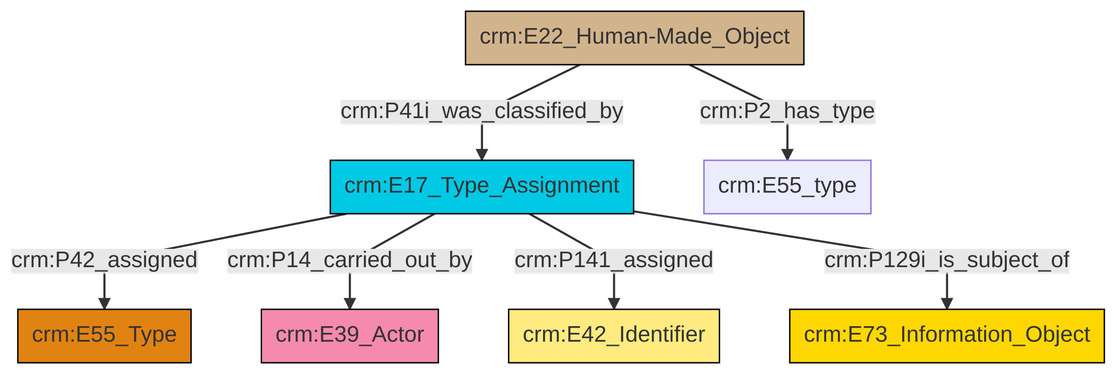
This is et/builtWorkCSV/ttl/mmd/png/Built_Work_designation_status.png from swiss-art-research-net/reference-data-models, a Mermaid export, as it was before one commit. Its source is kept beside it as et/builtWorkCSV/ttl/mmd/Built_Work_designation_status.ttl.mmd.
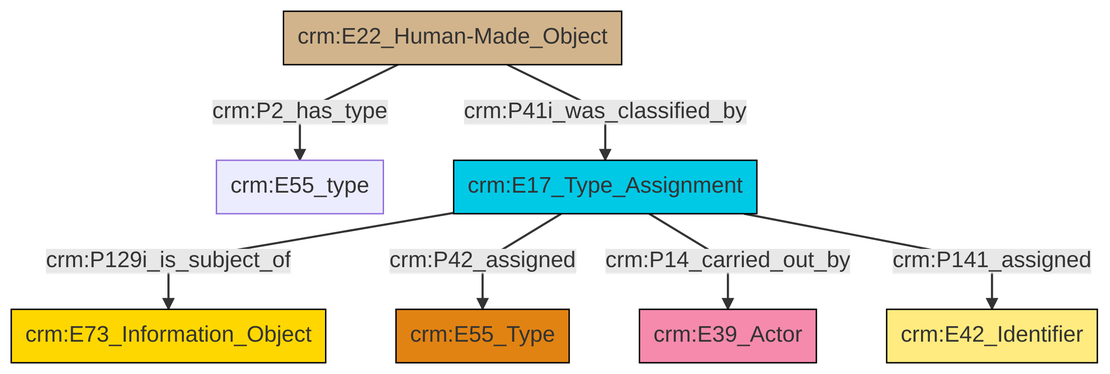
Above is the later version.

What changed in the source:
```diff
@@ -13,9 +13,9 @@
 classDef PC_Classes fill:#4ce600, stroke:#000000;
 classDef Multi fill:#cccccc,stroke:#000000;
 
-2["crm:E17_Type_Assignment"]:::Temporal_Entity -->|crm:P42_assigned| 0["crm:E55_Type"]:::Type
-10["crm:E22_Human-Made_Object"]:::Physical_Thing -->|crm:P2_has_type| 7["crm:E55_type"]:::Default
-2["crm:E17_Type_Assignment"]:::Temporal_Entity -->|crm:P14_carried_out_by| 11["crm:E39_Actor"]:::Actor
-2["crm:E17_Type_Assignment"]:::Temporal_Entity -->|crm:P141_assigned| 5["crm:E42_Identifier"]:::Appellation
-10["crm:E22_Human-Made_Object"]:::Physical_Thing -->|crm:P41i_was_classified_by| 2["crm:E17_Type_Assignment"]:::Temporal_Entity
-2["crm:E17_Type_Assignment"]:::Temporal_Entity -->|crm:P129i_is_subject_of| 3["crm:E73_Information_Object"]:::Conceptual_Object
+2["crm:E22_Human-Made_Object"]:::Physical_Thing -->|crm:P41i_was_classified_by| 4["crm:E17_Type_Assignment"]:::Temporal_Entity
+2["crm:E22_Human-Made_Object"]:::Physical_Thing -->|crm:P2_has_type| 0["crm:E55_type"]:::Default
+4["crm:E17_Type_Assignment"]:::Temporal_Entity -->|crm:P129i_is_subject_of| 5["crm:E73_Information_Object"]:::Conceptual_Object
+4["crm:E17_Type_Assignment"]:::Temporal_Entity -->|crm:P42_assigned| 9["crm:E55_Type"]:::Type
+4["crm:E17_Type_Assignment"]:::Temporal_Entity -->|crm:P14_carried_out_by| 11["crm:E39_Actor"]:::Actor
+4["crm:E17_Type_Assignment"]:::Temporal_Entity -->|crm:P141_assigned| 7["crm:E42_Identifier"]:::Appellation
```
